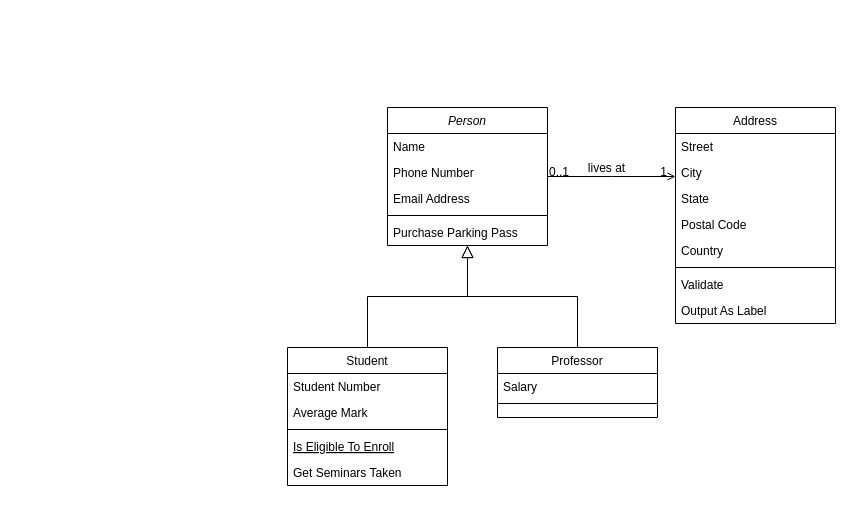
Before: Untitled Diagram.drawio in AgrawalTitiksha/Software-Engineering, a draw.io diagram. Source tidied: cells renumbered, new cells numbered last; positions are measured from the earlier drawing's top-left corner, leaving out a move shared by most shapes. Both pictures are drawn from the tidied source at 100%, with x=0, y=0 at pixel (287, 107).
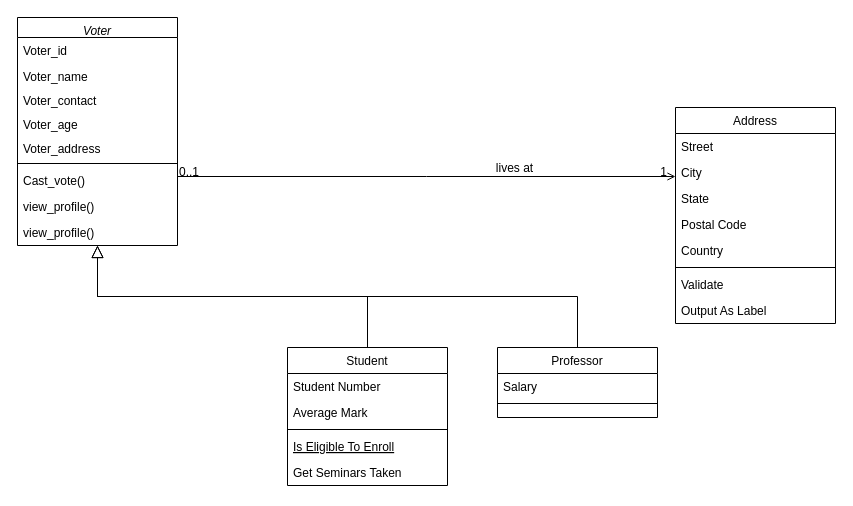
The same diagram, later.

Change to the diagram source:
```diff
@@
-    <mxCell id="2" value="Person" style="swimlane;fontStyle=2;align=center;verticalAlign=top;horizontal=1;startSize=26;rounded=0;shadow=0;strokeWidth=1;" parent="1" vertex="1">
-      <mxGeometry x="100" width="160" height="138" as="geometry" />
+    <mxCell id="2" value="Voter" style="swimlane;fontStyle=2;align=center;verticalAlign=top;horizontal=1;startSize=20;rounded=0;shadow=0;strokeWidth=1;" parent="1" vertex="1">
+      <mxGeometry x="-270" y="-90" width="160" height="228" as="geometry" />
     </mxCell>
-    <mxCell id="3" value="Name" style="text;align=left;verticalAlign=top;spacingLeft=4;spacingRight=4;overflow=hidden;" parent="2" vertex="1">
-      <mxGeometry y="26" width="160" height="26" as="geometry" />
-    </mxCell>
-    <mxCell id="4" value="Phone Number" style="text;align=left;verticalAlign=top;spacingLeft=4;spacingRight=4;overflow=hidden;rounded=0;shadow=0;html=0;" parent="2" vertex="1">
-      <mxGeometry y="52" width="160" height="26" as="geometry" />
+    <mxCell id="4" value="Voter_id" style="text;align=left;verticalAlign=top;spacingLeft=4;spacingRight=4;overflow=hidden;rounded=0;shadow=0;html=0;" parent="2" vertex="1">
+      <mxGeometry y="20" width="160" height="26" as="geometry" />
     </mxCell>
-    <mxCell id="5" value="Email Address" style="text;align=left;verticalAlign=top;spacingLeft=4;spacingRight=4;overflow=hidden;rounded=0;shadow=0;html=0;" parent="2" vertex="1">
-      <mxGeometry y="78" width="160" height="26" as="geometry" />
+    <mxCell id="5" value="Voter_name" style="text;align=left;verticalAlign=top;spacingLeft=4;spacingRight=4;overflow=hidden;rounded=0;shadow=0;html=0;" parent="2" vertex="1">
+      <mxGeometry y="46" width="160" height="24" as="geometry" />
     </mxCell>
+    <mxCell id="32" value="Voter_contact" style="text;align=left;verticalAlign=top;spacingLeft=4;spacingRight=4;overflow=hidden;rounded=0;shadow=0;html=0;" parent="2" vertex="1">
+      <mxGeometry y="70" width="160" height="24" as="geometry" />
+    </mxCell>
+    <mxCell id="33" value="Voter_age" style="text;align=left;verticalAlign=top;spacingLeft=4;spacingRight=4;overflow=hidden;rounded=0;shadow=0;html=0;" parent="2" vertex="1">
+      <mxGeometry y="94" width="160" height="24" as="geometry" />
+    </mxCell>
+    <mxCell id="34" value="Voter_address" style="text;align=left;verticalAlign=top;spacingLeft=4;spacingRight=4;overflow=hidden;rounded=0;shadow=0;html=0;" parent="2" vertex="1">
+      <mxGeometry y="118" width="160" height="24" as="geometry" />
+    </mxCell>
     <mxCell id="6" style="line;html=1;strokeWidth=1;align=left;verticalAlign=middle;spacingTop=-1;spacingLeft=3;spacingRight=3;labelPosition=right;" parent="2" vertex="1">
-      <mxGeometry y="104" width="160" height="8" as="geometry" />
+      <mxGeometry y="142" width="160" height="8" as="geometry" />
     </mxCell>
-    <mxCell id="7" value="Purchase Parking Pass" style="text;align=left;verticalAlign=top;spacingLeft=4;spacingRight=4;overflow=hidden;" parent="2" vertex="1">
-      <mxGeometry y="112" width="160" height="26" as="geometry" />
+    <mxCell id="7" value="Cast_vote()&#10;" style="text;align=left;verticalAlign=top;spacingLeft=4;spacingRight=4;overflow=hidden;" parent="2" vertex="1">
+      <mxGeometry y="150" width="160" height="26" as="geometry" />
     </mxCell>
+    <mxCell id="35" value="view_profile()&#10;" style="text;align=left;verticalAlign=top;spacingLeft=4;spacingRight=4;overflow=hidden;" parent="2" vertex="1">
+      <mxGeometry y="176" width="160" height="26" as="geometry" />
+    </mxCell>
+    <mxCell id="36" value="view_profile()&#10;" style="text;align=left;verticalAlign=top;spacingLeft=4;spacingRight=4;overflow=hidden;" parent="2" vertex="1">
+      <mxGeometry y="202" width="160" height="26" as="geometry" />
+    </mxCell>
```
